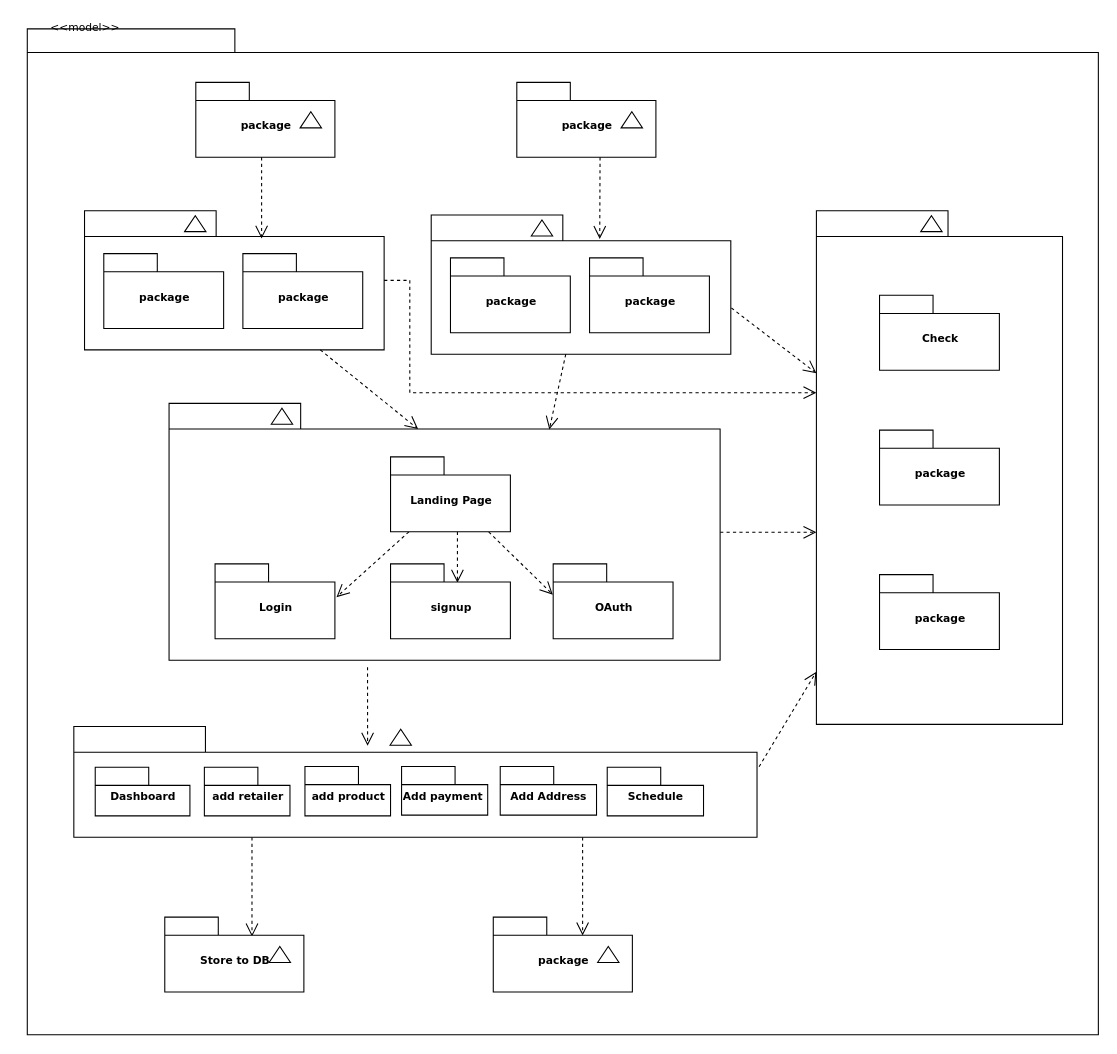
The draw.io diagram activity.drawio in ShubhamNagure/AlgoCode, before the edit. Source tidied: cells renumbered, new cells numbered last; positions are measured from the earlier drawing's top-left corner, leaving out a move shared by most shapes. Both pictures are drawn from the tidied source at 107%, with x=0, y=0 at pixel (27, 17).
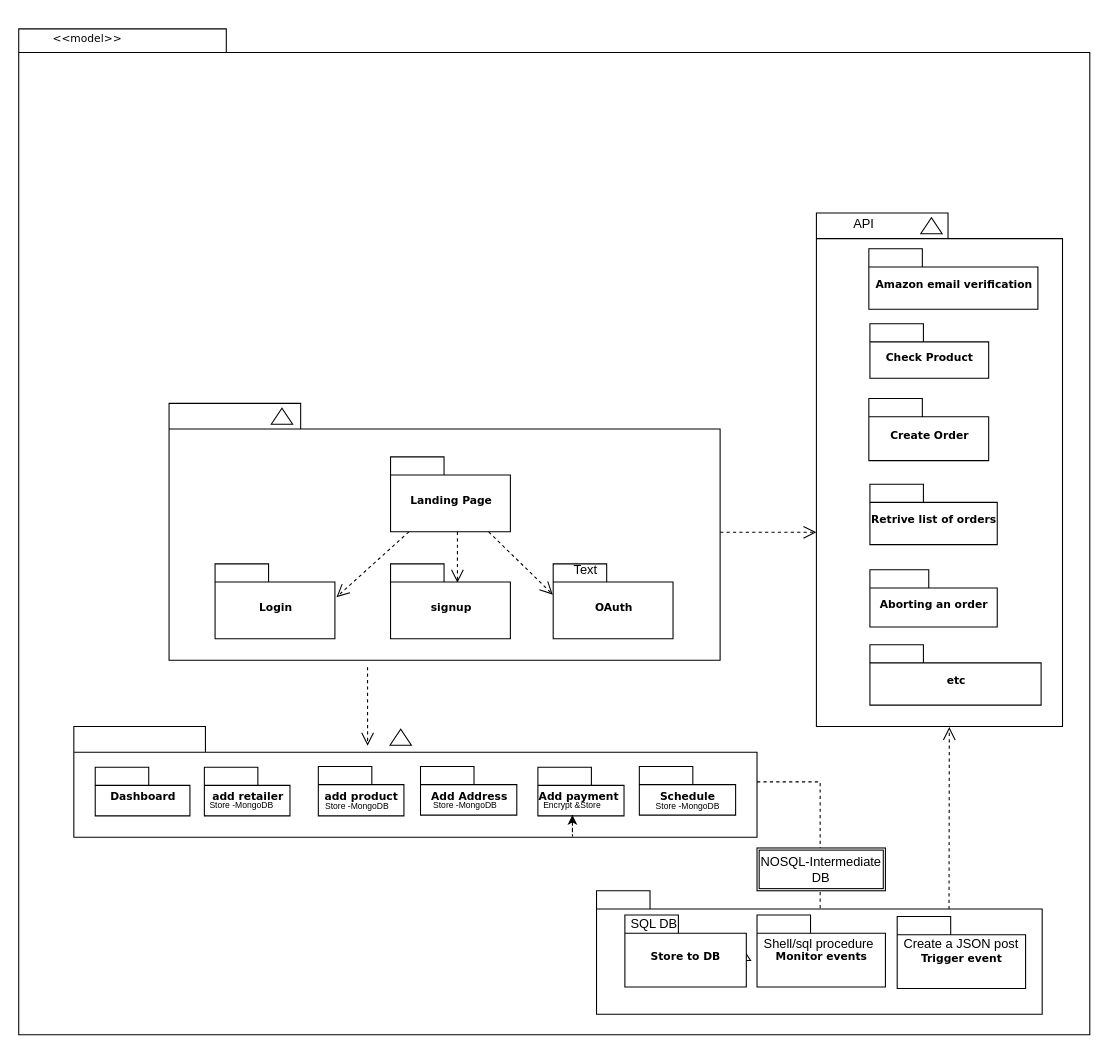
Above is the later version.

Unchanged cells that the change refers to:
```xml
<mxCell id="20" style="group;" parent="19" vertex="1">
  <mxGeometry width="230" height="480" as="geometry" />
</mxCell>
<mxCell id="21" style="shape=folder;fontStyle=1;spacingTop=10;tabWidth=123;tabHeight=24;tabPosition=left;html=1;rounded=0;shadow=0;comic=0;labelBackgroundColor=none;strokeWidth=1;fontFamily=Verdana;fontSize=10;align=center;" parent="20" vertex="1">
  <mxGeometry width="230" height="480" as="geometry" />
</mxCell>
<mxCell id="28" style="shape=folder;fontStyle=1;spacingTop=10;tabWidth=123;tabHeight=24;tabPosition=left;html=1;rounded=0;shadow=0;comic=0;labelBackgroundColor=none;strokeColor=#000000;strokeWidth=1;fillColor=#ffffff;fontFamily=Verdana;fontSize=10;fontColor=#000000;align=center;" parent="1" vertex="1">
  <mxGeometry x="132.5" y="360.5" width="515" height="240" as="geometry" />
</mxCell>
<mxCell id="39" style="shape=folder;fontStyle=1;spacingTop=10;tabWidth=123;tabHeight=24;tabPosition=left;html=1;rounded=0;shadow=0;comic=0;labelBackgroundColor=none;strokeWidth=1;fontFamily=Verdana;fontSize=10;align=center;" parent="1" vertex="1">
  <mxGeometry x="43.5" y="662.5" width="638.5" height="103.5" as="geometry" />
</mxCell>
```

Diff of the diagram source:
```diff
@@
     <mxCell id="2" style="shape=folder;fontStyle=1;spacingTop=10;tabWidth=194;tabHeight=22;tabPosition=left;html=1;rounded=0;shadow=0;comic=0;labelBackgroundColor=none;strokeWidth=1;fillColor=none;fontFamily=Verdana;fontSize=10;align=center;" parent="1" vertex="1">
-      <mxGeometry y="10.5" width="1001" height="940" as="geometry" />
+      <mxGeometry x="-8" y="10.5" width="1001" height="940" as="geometry" />
     </mxCell>
-    <mxCell id="3" style="group;" parent="1" vertex="1">
-      <mxGeometry x="157.5" y="60.5" width="130" height="70" as="geometry" />
-    </mxCell>
-    <mxCell id="4" value="package" style="shape=folder;fontStyle=1;spacingTop=10;tabWidth=50;tabHeight=17;tabPosition=left;html=1;rounded=0;shadow=0;comic=0;labelBackgroundColor=none;strokeWidth=1;fontFamily=Verdana;fontSize=10;align=center;" parent="3" vertex="1">
-      <mxGeometry width="130" height="70" as="geometry" />
-    </mxCell>
-    <mxCell id="5" style="triangle;whiteSpace=wrap;html=1;rounded=0;shadow=0;comic=0;labelBackgroundColor=none;strokeWidth=1;fontFamily=Verdana;fontSize=10;align=center;rotation=-90;" parent="3" vertex="1">
-      <mxGeometry x="100" y="25" width="15" height="20" as="geometry" />
-    </mxCell>
-    <mxCell id="6" style="group;" parent="1" vertex="1">
-      <mxGeometry x="457.5" y="60.5" width="130" height="70" as="geometry" />
-    </mxCell>
-    <mxCell id="7" value="package" style="shape=folder;fontStyle=1;spacingTop=10;tabWidth=50;tabHeight=17;tabPosition=left;html=1;rounded=0;shadow=0;comic=0;labelBackgroundColor=none;strokeWidth=1;fontFamily=Verdana;fontSize=10;align=center;" parent="6" vertex="1">
-      <mxGeometry width="130" height="70" as="geometry" />
-    </mxCell>
-    <mxCell id="8" style="triangle;whiteSpace=wrap;html=1;rounded=0;shadow=0;comic=0;labelBackgroundColor=none;strokeWidth=1;fontFamily=Verdana;fontSize=10;align=center;rotation=-90;" parent="6" vertex="1">
-      <mxGeometry x="100" y="25" width="15" height="20" as="geometry" />
-    </mxCell>
-    <mxCell id="9" style="group;" parent="1" vertex="1">
-      <mxGeometry x="53.5" y="180.5" width="280" height="130" as="geometry" />
-    </mxCell>
-    <mxCell id="10" style="shape=folder;fontStyle=1;spacingTop=10;tabWidth=123;tabHeight=24;tabPosition=left;html=1;rounded=0;shadow=0;comic=0;labelBackgroundColor=none;strokeWidth=1;fontFamily=Verdana;fontSize=10;align=center;" parent="9" vertex="1">
-      <mxGeometry width="280" height="130" as="geometry" />
-    </mxCell>
-    <mxCell id="11" style="triangle;whiteSpace=wrap;html=1;rounded=0;shadow=0;comic=0;labelBackgroundColor=none;strokeWidth=1;fontFamily=Verdana;fontSize=10;align=center;rotation=-90;" parent="9" vertex="1">
-      <mxGeometry x="96" y="2" width="15" height="20" as="geometry" />
-    </mxCell>
-    <mxCell id="12" value="package" style="shape=folder;fontStyle=1;spacingTop=10;tabWidth=50;tabHeight=17;tabPosition=left;html=1;rounded=0;shadow=0;comic=0;labelBackgroundColor=none;strokeWidth=1;fontFamily=Verdana;fontSize=10;align=center;" parent="9" vertex="1">
-      <mxGeometry x="18" y="40" width="112" height="70" as="geometry" />
-    </mxCell>
-    <mxCell id="13" value="package" style="shape=folder;fontStyle=1;spacingTop=10;tabWidth=50;tabHeight=17;tabPosition=left;html=1;rounded=0;shadow=0;comic=0;labelBackgroundColor=none;strokeWidth=1;fontFamily=Verdana;fontSize=10;align=center;" parent="9" vertex="1">
-      <mxGeometry x="148" y="40" width="112" height="70" as="geometry" />
-    </mxCell>
-    <mxCell id="14" style="group;" parent="1" vertex="1">
-      <mxGeometry x="377.5" y="184.5" width="280" height="130" as="geometry" />
-    </mxCell>
-    <mxCell id="15" style="shape=folder;fontStyle=1;spacingTop=10;tabWidth=123;tabHeight=24;tabPosition=left;html=1;rounded=0;shadow=0;comic=0;labelBackgroundColor=none;strokeWidth=1;fontFamily=Verdana;fontSize=10;align=center;" parent="14" vertex="1">
-      <mxGeometry width="280" height="130" as="geometry" />
-    </mxCell>
-    <mxCell id="16" style="triangle;whiteSpace=wrap;html=1;rounded=0;shadow=0;comic=0;labelBackgroundColor=none;strokeWidth=1;fontFamily=Verdana;fontSize=10;align=center;rotation=-90;" parent="14" vertex="1">
-      <mxGeometry x="96" y="2" width="15" height="20" as="geometry" />
-    </mxCell>
-    <mxCell id="17" value="package" style="shape=folder;fontStyle=1;spacingTop=10;tabWidth=50;tabHeight=17;tabPosition=left;html=1;rounded=0;shadow=0;comic=0;labelBackgroundColor=none;strokeWidth=1;fontFamily=Verdana;fontSize=10;align=center;" parent="14" vertex="1">
-      <mxGeometry x="18" y="40" width="112" height="70" as="geometry" />
-    </mxCell>
-    <mxCell id="18" value="package" style="shape=folder;fontStyle=1;spacingTop=10;tabWidth=50;tabHeight=17;tabPosition=left;html=1;rounded=0;shadow=0;comic=0;labelBackgroundColor=none;strokeWidth=1;fontFamily=Verdana;fontSize=10;align=center;" parent="14" vertex="1">
-      <mxGeometry x="148" y="40" width="112" height="70" as="geometry" />
-    </mxCell>
     <mxCell id="19" style="group;" parent="1" vertex="1">
-      <mxGeometry x="737.5" y="180.5" width="230" height="480" as="geometry" />
+      <mxGeometry x="737.5" y="182.5" width="230" height="480" as="geometry" />
     </mxCell>
@@
-    <mxCell id="23" value="Check" style="shape=folder;fontStyle=1;spacingTop=10;tabWidth=50;tabHeight=17;tabPosition=left;html=1;rounded=0;shadow=0;comic=0;labelBackgroundColor=none;strokeWidth=1;fontFamily=Verdana;fontSize=10;align=center;" parent="20" vertex="1">
-      <mxGeometry x="59" y="79" width="112" height="70" as="geometry" />
+    <mxCell id="23" value="Check Product" style="shape=folder;fontStyle=1;spacingTop=10;tabWidth=50;tabHeight=17;tabPosition=left;html=1;rounded=0;shadow=0;comic=0;labelBackgroundColor=none;strokeWidth=1;fontFamily=Verdana;fontSize=10;align=center;" parent="20" vertex="1">
+      <mxGeometry x="50" y="103.5" width="111" height="51" as="geometry" />
     </mxCell>
-    <mxCell id="24" value="package" style="shape=folder;fontStyle=1;spacingTop=10;tabWidth=50;tabHeight=17;tabPosition=left;html=1;rounded=0;shadow=0;comic=0;labelBackgroundColor=none;strokeWidth=1;fontFamily=Verdana;fontSize=10;align=center;" parent="20" vertex="1">
-      <mxGeometry x="59" y="205" width="112" height="70" as="geometry" />
+    <mxCell id="24" value="Create Order" style="shape=folder;fontStyle=1;spacingTop=10;tabWidth=50;tabHeight=17;tabPosition=left;html=1;rounded=0;shadow=0;comic=0;labelBackgroundColor=none;strokeWidth=1;fontFamily=Verdana;fontSize=10;align=center;" parent="20" vertex="1">
+      <mxGeometry x="49" y="173.5" width="112" height="58" as="geometry" />
     </mxCell>
-    <mxCell id="25" value="package" style="shape=folder;fontStyle=1;spacingTop=10;tabWidth=50;tabHeight=17;tabPosition=left;html=1;rounded=0;shadow=0;comic=0;labelBackgroundColor=none;strokeWidth=1;fontFamily=Verdana;fontSize=10;align=center;" parent="20" vertex="1">
-      <mxGeometry x="59" y="340" width="112" height="70" as="geometry" />
+    <mxCell id="25" value="etc" style="shape=folder;fontStyle=1;spacingTop=10;tabWidth=50;tabHeight=17;tabPosition=left;html=1;rounded=0;shadow=0;comic=0;labelBackgroundColor=none;strokeWidth=1;fontFamily=Verdana;fontSize=10;align=center;" parent="20" vertex="1">
+      <mxGeometry x="50" y="403.5" width="160" height="56.5" as="geometry" />
     </mxCell>
+    <mxCell id="61" value="API" style="text;html=1;strokeColor=none;fillColor=none;align=center;verticalAlign=middle;whiteSpace=wrap;rounded=0;" parent="20" vertex="1">
+      <mxGeometry x="24.5" width="40" height="20" as="geometry" />
+    </mxCell>
+    <mxCell id="62" value="Retrive list of orders" style="shape=folder;fontStyle=1;spacingTop=10;tabWidth=50;tabHeight=17;tabPosition=left;html=1;rounded=0;shadow=0;comic=0;labelBackgroundColor=none;strokeWidth=1;fontFamily=Verdana;fontSize=10;align=center;" parent="20" vertex="1">
+      <mxGeometry x="50" y="253.5" width="119" height="56.5" as="geometry" />
+    </mxCell>
+    <mxCell id="63" value="Aborting an order" style="shape=folder;fontStyle=1;spacingTop=10;tabWidth=55;tabHeight=17;tabPosition=left;html=1;rounded=0;shadow=0;comic=0;labelBackgroundColor=none;strokeWidth=1;fontFamily=Verdana;fontSize=10;align=center;" parent="20" vertex="1">
+      <mxGeometry x="50" y="333.5" width="119" height="53.5" as="geometry" />
+    </mxCell>
+    <mxCell id="64" value="Amazon email verification" style="shape=folder;fontStyle=1;spacingTop=10;tabWidth=50;tabHeight=17;tabPosition=left;html=1;rounded=0;shadow=0;comic=0;labelBackgroundColor=none;strokeWidth=1;fontFamily=Verdana;fontSize=10;align=center;" parent="20" vertex="1">
+      <mxGeometry x="49" y="33.5" width="158" height="56.5" as="geometry" />
+    </mxCell>
@@
-    <mxCell id="36" style="edgeStyle=elbowEdgeStyle;rounded=0;html=1;entryX=0.628;entryY=0.26;entryPerimeter=0;dashed=1;labelBackgroundColor=none;startFill=0;endArrow=open;endFill=0;endSize=10;fontFamily=Verdana;fontSize=10;" parent="1" edge="1" source="39" target="45">
-      <mxGeometry relative="1" as="geometry" />
-    </mxCell>
@@
-    <mxCell id="38" style="edgeStyle=none;rounded=0;html=1;dashed=1;labelBackgroundColor=none;startFill=0;endArrow=open;endFill=0;endSize=10;fontFamily=Verdana;fontSize=10;exitX=1.003;exitY=0.363;exitPerimeter=0;" parent="1" edge="1" source="39" target="21">
+    <mxCell id="38" style="edgeStyle=none;rounded=0;html=1;dashed=1;labelBackgroundColor=none;startFill=0;endArrow=open;endFill=0;endSize=10;fontFamily=Verdana;fontSize=10;exitX=0.791;exitY=0.15;exitPerimeter=0;exitDx=0;exitDy=0;entryX=0.54;entryY=1.001;entryDx=0;entryDy=0;entryPerimeter=0;" parent="1" edge="1" source="48" target="21">
       <mxGeometry relative="1" as="geometry" />
     </mxCell>
@@
     <mxCell id="42" value="add product" style="shape=folder;fontStyle=1;spacingTop=10;tabWidth=50;tabHeight=17;tabPosition=left;html=1;rounded=0;shadow=0;comic=0;labelBackgroundColor=none;strokeWidth=1;fontFamily=Verdana;fontSize=10;align=center;" parent="1" vertex="1">
-      <mxGeometry x="259.5" y="699.8" width="80" height="46.2" as="geometry" />
+      <mxGeometry x="272" y="699.8" width="80" height="46.2" as="geometry" />
     </mxCell>
@@
-    <mxCell id="44" style="group;" parent="1" vertex="1">
-      <mxGeometry x="128.5" y="840.6" width="130" height="70" as="geometry" />
-    </mxCell>
-    <mxCell id="45" value="Store to DB" style="shape=folder;fontStyle=1;spacingTop=10;tabWidth=50;tabHeight=17;tabPosition=left;html=1;rounded=0;shadow=0;comic=0;labelBackgroundColor=none;strokeWidth=1;fontFamily=Verdana;fontSize=10;align=center;" parent="44" vertex="1">
-      <mxGeometry width="130" height="70" as="geometry" />
-    </mxCell>
-    <mxCell id="46" style="triangle;whiteSpace=wrap;html=1;rounded=0;shadow=0;comic=0;labelBackgroundColor=none;strokeWidth=1;fontFamily=Verdana;fontSize=10;align=center;rotation=-90;" parent="44" vertex="1">
-      <mxGeometry x="100" y="25" width="15" height="20" as="geometry" />
-    </mxCell>
     <mxCell id="47" style="group;" parent="1" vertex="1">
-      <mxGeometry x="435.5" y="840.6" width="130" height="70" as="geometry" />
+      <mxGeometry x="532" y="816" width="416.5" height="115.4" as="geometry" />
     </mxCell>
-    <mxCell id="48" value="package" style="shape=folder;fontStyle=1;spacingTop=10;tabWidth=50;tabHeight=17;tabPosition=left;html=1;rounded=0;shadow=0;comic=0;labelBackgroundColor=none;strokeWidth=1;fontFamily=Verdana;fontSize=10;align=center;" parent="47" vertex="1">
-      <mxGeometry width="130" height="70" as="geometry" />
+    <mxCell id="48" style="shape=folder;fontStyle=1;spacingTop=10;tabWidth=50;tabHeight=17;tabPosition=left;html=1;rounded=0;shadow=0;comic=0;labelBackgroundColor=none;strokeWidth=1;fontFamily=Verdana;fontSize=10;align=center;" parent="47" vertex="1">
+      <mxGeometry width="416.5" height="115.4" as="geometry" />
     </mxCell>
-    <mxCell id="49" style="triangle;whiteSpace=wrap;html=1;rounded=0;shadow=0;comic=0;labelBackgroundColor=none;strokeWidth=1;fontFamily=Verdana;fontSize=10;align=center;rotation=-90;" parent="47" vertex="1">
-      <mxGeometry x="100" y="25" width="15" height="20" as="geometry" />
-    </mxCell>
-    <mxCell id="50" style="rounded=0;html=1;dashed=1;labelBackgroundColor=none;startFill=0;endArrow=open;endFill=0;endSize=10;fontFamily=Verdana;fontSize=10;entryX=0.592;entryY=0.2;entryPerimeter=0;edgeStyle=elbowEdgeStyle;" parent="1" edge="1" source="4" target="10">
-      <mxGeometry relative="1" as="geometry" />
-    </mxCell>
-    <mxCell id="51" style="rounded=0;html=1;dashed=1;labelBackgroundColor=none;startFill=0;endArrow=open;endFill=0;endSize=10;fontFamily=Verdana;fontSize=10;entryX=0.592;entryY=0.2;entryPerimeter=0;edgeStyle=elbowEdgeStyle;" parent="1" edge="1">
-      <mxGeometry relative="1" as="geometry">
-        <mxPoint x="535.3" y="130.5" as="sourcePoint" />
-        <mxPoint x="535.3" y="206.8" as="targetPoint" />
-      </mxGeometry>
-    </mxCell>
-    <mxCell id="52" style="rounded=0;html=1;entryX=0.452;entryY=0.1;entryPerimeter=0;dashed=1;labelBackgroundColor=none;startFill=0;endArrow=open;endFill=0;endSize=10;fontFamily=Verdana;fontSize=10;" parent="1" edge="1" source="10" target="28">
-      <mxGeometry relative="1" as="geometry" />
-    </mxCell>
-    <mxCell id="53" style="edgeStyle=none;rounded=0;html=1;entryX=0.69;entryY=0.102;entryPerimeter=0;dashed=1;labelBackgroundColor=none;startFill=0;endArrow=open;endFill=0;endSize=10;fontFamily=Verdana;fontSize=10;" parent="1" edge="1" source="15" target="28">
-      <mxGeometry relative="1" as="geometry" />
-    </mxCell>
-    <mxCell id="54" style="edgeStyle=none;rounded=0;html=1;dashed=1;labelBackgroundColor=none;startFill=0;endArrow=open;endFill=0;endSize=10;fontFamily=Verdana;fontSize=10;exitX=1.002;exitY=0.668;exitPerimeter=0;" parent="1" edge="1" source="15" target="21">
-      <mxGeometry relative="1" as="geometry" />
-    </mxCell>
-    <mxCell id="55" style="edgeStyle=orthogonalEdgeStyle;rounded=0;html=1;dashed=1;labelBackgroundColor=none;startFill=0;endArrow=open;endFill=0;endSize=10;fontFamily=Verdana;fontSize=10;" parent="1" edge="1" source="10" target="21">
-      <mxGeometry relative="1" as="geometry">
-        <Array as="points">
-          <mxPoint x="357.5" y="245.5" />
-          <mxPoint x="357.5" y="350.5" />
-        </Array>
-      </mxGeometry>
-    </mxCell>
+    <mxCell id="65" style="group;" parent="47" vertex="1">
+      <mxGeometry x="26.5" y="22.7" width="130" height="70" as="geometry" />
+    </mxCell>
+    <mxCell id="66" style="triangle;whiteSpace=wrap;html=1;rounded=0;shadow=0;comic=0;labelBackgroundColor=none;strokeWidth=1;fontFamily=Verdana;fontSize=10;align=center;rotation=-90;" parent="65" vertex="1">
+      <mxGeometry x="100" y="25" width="15" height="20" as="geometry" />
+    </mxCell>
+    <mxCell id="45" value="Store to DB" style="shape=folder;fontStyle=1;spacingTop=10;tabWidth=50;tabHeight=17;tabPosition=left;html=1;rounded=0;shadow=0;comic=0;labelBackgroundColor=none;strokeWidth=1;fontFamily=Verdana;fontSize=10;align=center;" parent="47" vertex="1">
+      <mxGeometry x="26.5" y="22.7" width="113.5" height="67.3" as="geometry" />
+    </mxCell>
+    <mxCell id="67" value="SQL DB" style="text;html=1;strokeColor=none;fillColor=none;align=center;verticalAlign=middle;whiteSpace=wrap;rounded=0;" parent="47" vertex="1">
+      <mxGeometry x="26.5" y="22.7" width="53.5" height="17.3" as="geometry" />
+    </mxCell>
+    <mxCell id="68" value="Monitor events" style="shape=folder;fontStyle=1;spacingTop=10;tabWidth=50;tabHeight=17;tabPosition=left;html=1;rounded=0;shadow=0;comic=0;labelBackgroundColor=none;strokeWidth=1;fontFamily=Verdana;fontSize=10;align=center;" parent="47" vertex="1">
+      <mxGeometry x="150" y="22.7" width="120" height="67.3" as="geometry" />
+    </mxCell>
+    <mxCell id="69" value="Shell/sql procedure" style="text;html=1;strokeColor=none;fillColor=none;align=center;verticalAlign=middle;whiteSpace=wrap;rounded=0;" parent="47" vertex="1">
+      <mxGeometry x="148.2" y="40" width="120" height="20" as="geometry" />
+    </mxCell>
+    <mxCell id="70" value="Trigger event" style="shape=folder;fontStyle=1;spacingTop=10;tabWidth=50;tabHeight=17;tabPosition=left;html=1;rounded=0;shadow=0;comic=0;labelBackgroundColor=none;strokeWidth=1;fontFamily=Verdana;fontSize=10;align=center;" parent="47" vertex="1">
+      <mxGeometry x="281" y="24.1" width="120" height="67.3" as="geometry" />
+    </mxCell>
+    <mxCell id="71" value="Create a JSON post" style="text;html=1;strokeColor=none;fillColor=none;align=center;verticalAlign=middle;whiteSpace=wrap;rounded=0;" parent="47" vertex="1">
+      <mxGeometry x="281" y="40" width="120" height="20" as="geometry" />
+    </mxCell>
     <mxCell id="56" value="&amp;lt;&amp;lt;model&amp;gt;&amp;gt;" style="text;html=1;align=left;verticalAlign=top;spacingTop=-4;fontSize=10;fontFamily=Verdana;" parent="1" vertex="1">
-      <mxGeometry x="19.5" y="0.5" width="130" height="20" as="geometry" />
+      <mxGeometry x="22" y="10.5" width="130" height="20" as="geometry" />
     </mxCell>
@@
     <mxCell id="58" value="Add payment&amp;nbsp;" style="shape=folder;fontStyle=1;spacingTop=10;tabWidth=50;tabHeight=17;tabPosition=left;html=1;rounded=0;shadow=0;comic=0;labelBackgroundColor=none;strokeWidth=1;fontFamily=Verdana;fontSize=10;align=center;" parent="1" vertex="1">
-      <mxGeometry x="349.8" y="699.8" width="80.5" height="45.5" as="geometry" />
+      <mxGeometry x="477.2" y="700.5" width="80.5" height="45.5" as="geometry" />
     </mxCell>
     <mxCell id="59" value="Add Address" style="shape=folder;fontStyle=1;spacingTop=10;tabWidth=50;tabHeight=17;tabPosition=left;html=1;rounded=0;shadow=0;comic=0;labelBackgroundColor=none;strokeWidth=1;fontFamily=Verdana;fontSize=10;align=center;" parent="1" vertex="1">
-      <mxGeometry x="442" y="699.8" width="90" height="45.5" as="geometry" />
+      <mxGeometry x="367.5" y="699.8" width="90" height="45.5" as="geometry" />
     </mxCell>
     <mxCell id="60" value="Schedule" style="shape=folder;fontStyle=1;spacingTop=10;tabWidth=50;tabHeight=17;tabPosition=left;html=1;rounded=0;shadow=0;comic=0;labelBackgroundColor=none;strokeWidth=1;fontFamily=Verdana;fontSize=10;align=center;" parent="1" vertex="1">
-      <mxGeometry x="542" y="700.5" width="90" height="45.5" as="geometry" />
+      <mxGeometry x="572" y="699.8" width="90" height="45.5" as="geometry" />
     </mxCell>
+    <mxCell id="72" value="Text" style="text;html=1;strokeColor=none;fillColor=none;align=center;verticalAlign=middle;whiteSpace=wrap;rounded=0;" parent="1" vertex="1">
+      <mxGeometry x="502" y="506" width="40" height="20" as="geometry" />
+    </mxCell>
+    <mxCell id="73" value="NOSQL-Intermediate DB" style="shape=ext;double=1;rounded=0;whiteSpace=wrap;html=1;" parent="1" vertex="1">
+      <mxGeometry x="682" y="776" width="120" height="40" as="geometry" />
+    </mxCell>
+    <mxCell id="74" value="&lt;font style=&quot;font-size: 8px&quot;&gt;Store -MongoDB&lt;/font&gt;" style="text;html=1;strokeColor=none;fillColor=none;align=center;verticalAlign=middle;whiteSpace=wrap;rounded=0;" parent="1" vertex="1">
+      <mxGeometry x="152" y="725.2" width="96.5" height="20" as="geometry" />
+    </mxCell>
+    <mxCell id="75" value="&lt;font style=&quot;font-size: 8px&quot;&gt;Store -MongoDB&lt;/font&gt;" style="text;html=1;strokeColor=none;fillColor=none;align=center;verticalAlign=middle;whiteSpace=wrap;rounded=0;" parent="1" vertex="1">
+      <mxGeometry x="260" y="726" width="96.5" height="20" as="geometry" />
+    </mxCell>
+    <mxCell id="76" value="&lt;font style=&quot;font-size: 8px&quot;&gt;Encrypt &amp;amp;Store&lt;/font&gt;" style="text;html=1;strokeColor=none;fillColor=none;align=center;verticalAlign=middle;whiteSpace=wrap;rounded=0;" parent="1" vertex="1">
+      <mxGeometry x="461.2" y="725.2" width="96.5" height="20" as="geometry" />
+    </mxCell>
+    <mxCell id="77" value="&lt;font style=&quot;font-size: 8px&quot;&gt;Store -MongoDB&lt;/font&gt;" style="text;html=1;strokeColor=none;fillColor=none;align=center;verticalAlign=middle;whiteSpace=wrap;rounded=0;" parent="1" vertex="1">
+      <mxGeometry x="361" y="725.2" width="96.5" height="20" as="geometry" />
+    </mxCell>
+    <mxCell id="78" value="&lt;font style=&quot;font-size: 8px&quot;&gt;Store -MongoDB&lt;/font&gt;" style="text;html=1;strokeColor=none;fillColor=none;align=center;verticalAlign=middle;whiteSpace=wrap;rounded=0;" parent="1" vertex="1">
+      <mxGeometry x="568.8" y="726" width="96.5" height="20" as="geometry" />
+    </mxCell>
+    <mxCell id="79" style="edgeStyle=orthogonalEdgeStyle;rounded=0;orthogonalLoop=1;jettySize=auto;html=1;exitX=0.5;exitY=1;exitDx=0;exitDy=0;dashed=1;" parent="1" edge="1" source="76" target="76">
+      <mxGeometry relative="1" as="geometry" />
+    </mxCell>
```
